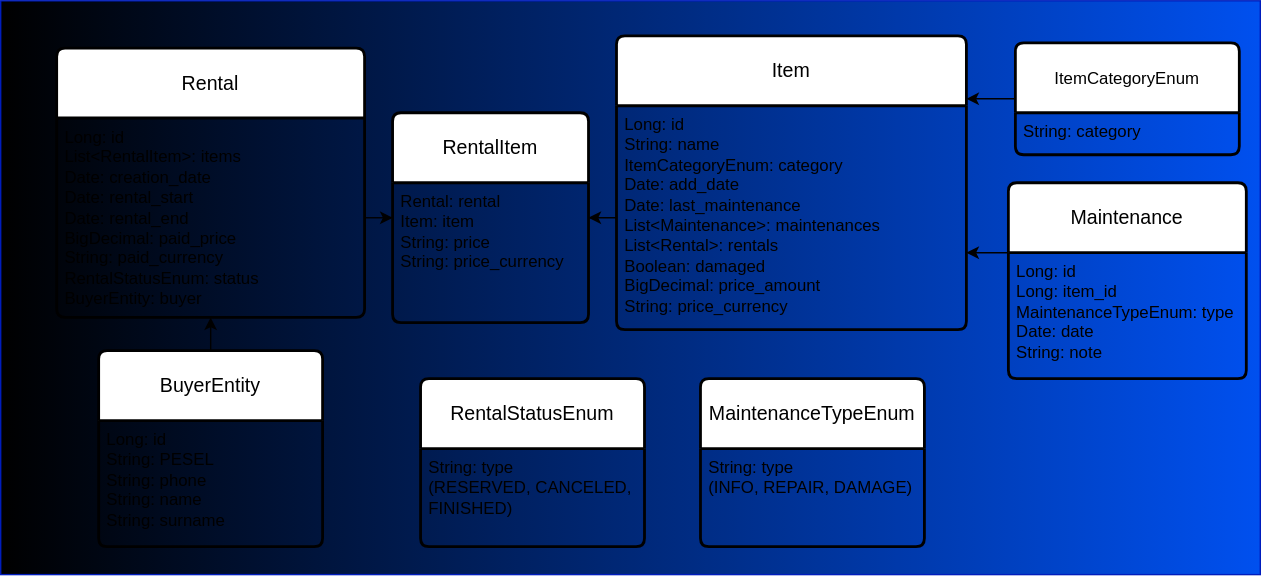
The draw.io diagram HLD/images/database.svg in dawid-poradzinski/RentalManagementApp, before a commit. Source tidied: cells renumbered, new cells last; positions are measured from the earlier drawing's top-left corner, leaving out a move shared by most shapes.
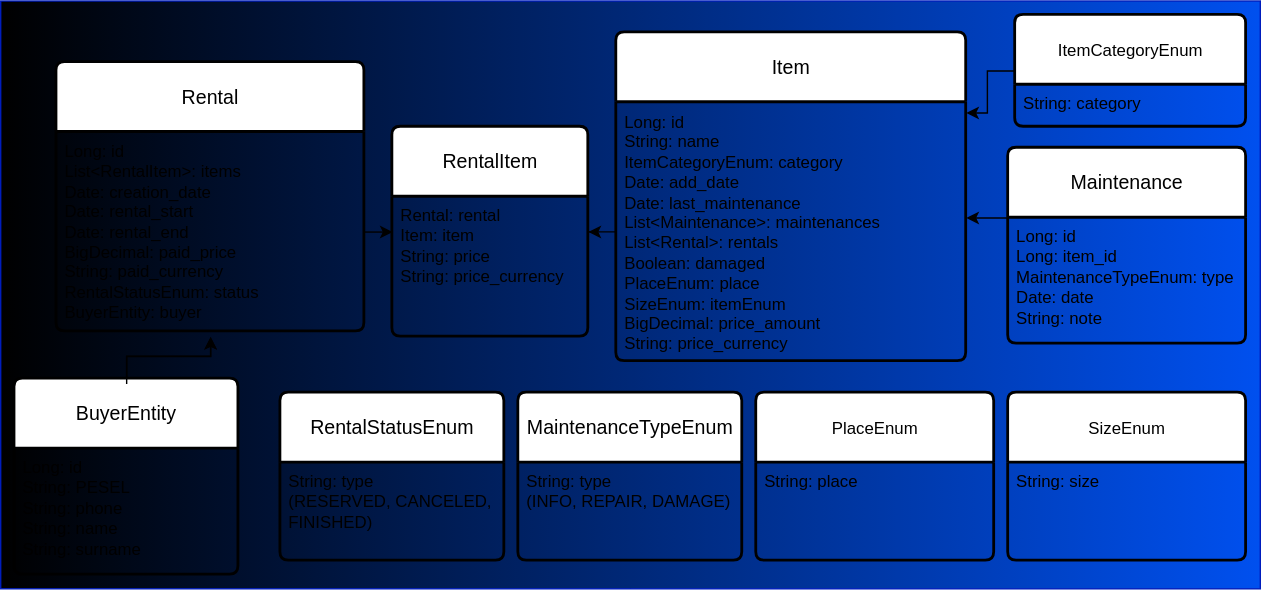
The same diagram one commit later.

Change to the diagram source:
```diff
@@ -6,31 +6,31 @@
       <mxGeometry relative="1" as="geometry" />
     </mxCell>
     <mxCell id="3" style="rounded=0;whiteSpace=wrap;html=1;fillColor=#0050ef;fontColor=#ffffff;strokeColor=#001DBC;gradientColor=light-dark(#000000,#B327FF);gradientDirection=west;" parent="1" vertex="1">
-      <mxGeometry width="900" height="410" as="geometry" />
+      <mxGeometry y="-10" width="900" height="420" as="geometry" />
     </mxCell>
     <mxCell id="4" value="&lt;span style=&quot;font-size: 12px; text-align: left;&quot;&gt;ItemCategoryEnum&lt;/span&gt;" style="swimlane;horizontal=1;startSize=50;rounded=1;fontSize=14;fontStyle=0;strokeWidth=2;shadow=0;dashed=0;align=center;arcSize=4;whiteSpace=wrap;html=1;" parent="1" vertex="1">
-      <mxGeometry x="725" y="30" width="160" height="80" as="geometry" />
+      <mxGeometry x="725" width="165" height="80" as="geometry" />
     </mxCell>
     <mxCell id="5" value="String: category" style="align=left;strokeColor=none;fillColor=none;spacingLeft=4;spacingRight=4;fontSize=12;verticalAlign=top;html=1;whiteSpace=wrap;" parent="4" vertex="1">
-      <mxGeometry y="50" width="160" height="30" as="geometry" />
+      <mxGeometry y="50" width="165" height="30" as="geometry" />
     </mxCell>
     <mxCell id="6" value="Item" style="swimlane;horizontal=1;startSize=50;rounded=1;fontSize=14;fontStyle=0;strokeWidth=2;shadow=0;dashed=0;align=center;arcSize=4;whiteSpace=wrap;html=1;" parent="1" vertex="1">
-      <mxGeometry x="440" y="25" width="250" height="210" as="geometry" />
+      <mxGeometry x="440" y="12.5" width="250" height="235" as="geometry" />
     </mxCell>
-    <mxCell id="7" value="Long: id&lt;div&gt;String: name&lt;/div&gt;&lt;div&gt;ItemCategoryEnum: category&lt;/div&gt;&lt;div&gt;Date: add_date&lt;/div&gt;&lt;div&gt;Date: last_maintenance&lt;/div&gt;&lt;div&gt;List&amp;lt;Maintenance&amp;gt;: maintenances&lt;/div&gt;&lt;div&gt;List&amp;lt;Rental&amp;gt;: rentals&lt;/div&gt;&lt;div&gt;Boolean: damaged&lt;/div&gt;&lt;div&gt;BigDecimal: price_amount&lt;/div&gt;&lt;div&gt;String: price_currency&lt;/div&gt;&lt;div&gt;&lt;br&gt;&lt;/div&gt;" style="align=left;strokeColor=none;fillColor=none;spacingLeft=4;spacingRight=4;fontSize=12;verticalAlign=top;html=1;whiteSpace=wrap;" parent="6" vertex="1">
-      <mxGeometry y="50" width="250" height="160" as="geometry" />
+    <mxCell id="7" value="Long: id&lt;div&gt;String: name&lt;/div&gt;&lt;div&gt;ItemCategoryEnum: category&lt;/div&gt;&lt;div&gt;Date: add_date&lt;/div&gt;&lt;div&gt;Date: last_maintenance&lt;/div&gt;&lt;div&gt;List&amp;lt;Maintenance&amp;gt;: maintenances&lt;/div&gt;&lt;div&gt;List&amp;lt;Rental&amp;gt;: rentals&lt;/div&gt;&lt;div&gt;Boolean: damaged&lt;/div&gt;&lt;div&gt;PlaceEnum: place&lt;/div&gt;&lt;div&gt;SizeEnum: itemEnum&lt;/div&gt;&lt;div&gt;BigDecimal: price_amount&lt;/div&gt;&lt;div&gt;String: price_currency&lt;/div&gt;&lt;div&gt;&lt;br&gt;&lt;/div&gt;" style="align=left;strokeColor=none;fillColor=none;spacingLeft=4;spacingRight=4;fontSize=12;verticalAlign=top;html=1;whiteSpace=wrap;" parent="6" vertex="1">
+      <mxGeometry y="50" width="250" height="185" as="geometry" />
     </mxCell>
     <mxCell id="8" style="edgeStyle=orthogonalEdgeStyle;rounded=0;orthogonalLoop=1;jettySize=auto;html=1;exitX=0.5;exitY=1;exitDx=0;exitDy=0;" parent="6" edge="1" source="7" target="7">
       <mxGeometry relative="1" as="geometry" />
     </mxCell>
     <mxCell id="9" value="Maintenance" style="swimlane;horizontal=1;startSize=50;rounded=1;fontSize=14;fontStyle=0;strokeWidth=2;shadow=0;dashed=0;align=center;arcSize=4;whiteSpace=wrap;html=1;" parent="1" vertex="1">
-      <mxGeometry x="720" y="130" width="170" height="140" as="geometry" />
+      <mxGeometry x="720" y="95" width="170" height="140" as="geometry" />
     </mxCell>
     <mxCell id="10" value="Long: id&lt;div&gt;Long: item_id&lt;br&gt;&lt;div&gt;MaintenanceTypeEnum: type&lt;/div&gt;&lt;div&gt;Date: date&lt;/div&gt;&lt;div&gt;String: note&lt;/div&gt;&lt;/div&gt;" style="align=left;strokeColor=none;fillColor=none;spacingLeft=4;spacingRight=4;fontSize=12;verticalAlign=top;html=1;whiteSpace=wrap;" parent="9" vertex="1">
       <mxGeometry y="50" width="170" height="90" as="geometry" />
     </mxCell>
     <mxCell id="11" value="MaintenanceTypeEnum" style="swimlane;horizontal=1;startSize=50;rounded=1;fontSize=14;fontStyle=0;strokeWidth=2;shadow=0;dashed=0;align=center;arcSize=4;whiteSpace=wrap;html=1;" parent="1" vertex="1">
-      <mxGeometry x="500" y="270" width="160" height="120" as="geometry" />
+      <mxGeometry x="370" y="270" width="160" height="120" as="geometry" />
     </mxCell>
     <mxCell id="12" value="String: type&lt;br&gt;(INFO, REPAIR, DAMAGE)" style="align=left;strokeColor=none;fillColor=none;spacingLeft=4;spacingRight=4;fontSize=12;verticalAlign=top;html=1;whiteSpace=wrap;" parent="11" vertex="1">
       <mxGeometry y="50" width="160" height="70" as="geometry" />
@@ -42,16 +42,23 @@
       <mxGeometry y="50" width="220" height="142.5" as="geometry" />
     </mxCell>
     <mxCell id="15" value="RentalStatusEnum" style="swimlane;horizontal=1;startSize=50;rounded=1;fontSize=14;fontStyle=0;strokeWidth=2;shadow=0;dashed=0;align=center;arcSize=4;whiteSpace=wrap;html=1;" parent="1" vertex="1">
-      <mxGeometry x="300" y="270" width="160" height="120" as="geometry" />
+      <mxGeometry x="200" y="270" width="160" height="120" as="geometry" />
     </mxCell>
     <mxCell id="16" value="String: type&lt;br&gt;(RESERVED, CANCELED, FINISHED)&amp;nbsp;" style="align=left;strokeColor=none;fillColor=none;spacingLeft=4;spacingRight=4;fontSize=12;verticalAlign=top;html=1;whiteSpace=wrap;" parent="15" vertex="1">
       <mxGeometry y="50" width="160" height="70" as="geometry" />
     </mxCell>
-    <mxCell id="17" style="edgeStyle=orthogonalEdgeStyle;rounded=0;jettySize=auto;html=1;entryX=0.5;entryY=1;entryDx=0;entryDy=0;" parent="1" edge="1" source="18" target="14">
-      <mxGeometry relative="1" as="geometry" />
+    <mxCell id="17" style="edgeStyle=orthogonalEdgeStyle;rounded=0;orthogonalLoop=1;jettySize=auto;html=1;entryX=0.5;entryY=1;entryDx=0;entryDy=0;" parent="1" edge="1">
+      <mxGeometry relative="1" as="geometry">
+        <mxPoint x="90" y="263.8" as="sourcePoint" />
+        <mxPoint x="150" y="230" as="targetPoint" />
+        <Array as="points">
+          <mxPoint x="90" y="243.8" />
+          <mxPoint x="150" y="243.8" />
+        </Array>
+      </mxGeometry>
     </mxCell>
     <mxCell id="18" value="BuyerEntity" style="swimlane;horizontal=1;startSize=50;rounded=1;fontSize=14;fontStyle=0;strokeWidth=2;shadow=0;dashed=0;align=center;arcSize=4;whiteSpace=wrap;html=1;" parent="1" vertex="1">
-      <mxGeometry x="70" y="250" width="160" height="140" as="geometry" />
+      <mxGeometry x="10" y="260" width="160" height="140" as="geometry" />
     </mxCell>
     <mxCell id="19" value="Long: id&lt;div&gt;String: PESEL&lt;/div&gt;&lt;div&gt;String: phone&lt;br&gt;String: name&lt;br&gt;String: surname&lt;/div&gt;" style="align=left;strokeColor=none;fillColor=none;spacingLeft=4;spacingRight=4;fontSize=12;verticalAlign=top;html=1;whiteSpace=wrap;" parent="18" vertex="1">
       <mxGeometry y="50" width="160" height="90" as="geometry" />
@@ -63,7 +70,10 @@
     </mxCell>
     <mxCell id="21" style="edgeStyle=orthogonalEdgeStyle;rounded=0;jettySize=auto;html=1;exitX=0;exitY=0;exitDx=0;exitDy=0;" parent="1" edge="1" source="10">
       <mxGeometry relative="1" as="geometry">
-        <mxPoint x="690" y="180" as="targetPoint" />
+        <mxPoint x="690" y="145" as="targetPoint" />
+        <Array as="points">
+          <mxPoint x="690" y="145" />
+        </Array>
       </mxGeometry>
     </mxCell>
     <mxCell id="22" value="RentalItem" style="swimlane;horizontal=1;startSize=50;rounded=1;fontSize=14;fontStyle=0;strokeWidth=2;shadow=0;dashed=0;align=center;arcSize=4;whiteSpace=wrap;html=1;" parent="1" vertex="1">
@@ -78,5 +88,27 @@
     <mxCell id="25" style="edgeStyle=orthogonalEdgeStyle;rounded=0;jettySize=auto;html=1;entryX=0;entryY=0.5;entryDx=0;entryDy=0;" parent="1" edge="1" source="14" target="22">
       <mxGeometry relative="1" as="geometry" />
     </mxCell>
+    <mxCell id="26" style="edgeStyle=orthogonalEdgeStyle;rounded=0;orthogonalLoop=1;jettySize=auto;html=1;entryX=0.5;entryY=1;entryDx=0;entryDy=0;" parent="1" edge="1">
+      <mxGeometry relative="1" as="geometry">
+        <mxPoint x="90" y="263.8" as="sourcePoint" />
+        <mxPoint x="150" y="230" as="targetPoint" />
+        <Array as="points">
+          <mxPoint x="90" y="244" />
+          <mxPoint x="150" y="244" />
+        </Array>
+      </mxGeometry>
+    </mxCell>
+    <mxCell id="27" value="&lt;span style=&quot;font-size: 12px; text-align: left;&quot;&gt;PlaceEnum&lt;/span&gt;" style="swimlane;horizontal=1;startSize=50;rounded=1;fontSize=14;fontStyle=0;strokeWidth=2;shadow=0;dashed=0;align=center;arcSize=4;whiteSpace=wrap;html=1;" parent="1" vertex="1">
+      <mxGeometry x="540" y="270" width="170" height="120" as="geometry" />
+    </mxCell>
+    <mxCell id="28" value="String: place" style="align=left;strokeColor=none;fillColor=none;spacingLeft=4;spacingRight=4;fontSize=12;verticalAlign=top;html=1;whiteSpace=wrap;" parent="27" vertex="1">
+      <mxGeometry y="50" width="170" height="70" as="geometry" />
+    </mxCell>
+    <mxCell id="29" value="&lt;span style=&quot;font-size: 12px; text-align: left;&quot;&gt;SizeEnum&lt;/span&gt;" style="swimlane;horizontal=1;startSize=50;rounded=1;fontSize=14;fontStyle=0;strokeWidth=2;shadow=0;dashed=0;align=center;arcSize=4;whiteSpace=wrap;html=1;" parent="1" vertex="1">
+      <mxGeometry x="720" y="270" width="170" height="120" as="geometry" />
+    </mxCell>
+    <mxCell id="30" value="String: size" style="align=left;strokeColor=none;fillColor=none;spacingLeft=4;spacingRight=4;fontSize=12;verticalAlign=top;html=1;whiteSpace=wrap;" parent="29" vertex="1">
+      <mxGeometry y="50" width="170" height="70" as="geometry" />
+    </mxCell>
   </root>
 </mxGraphModel>
```
